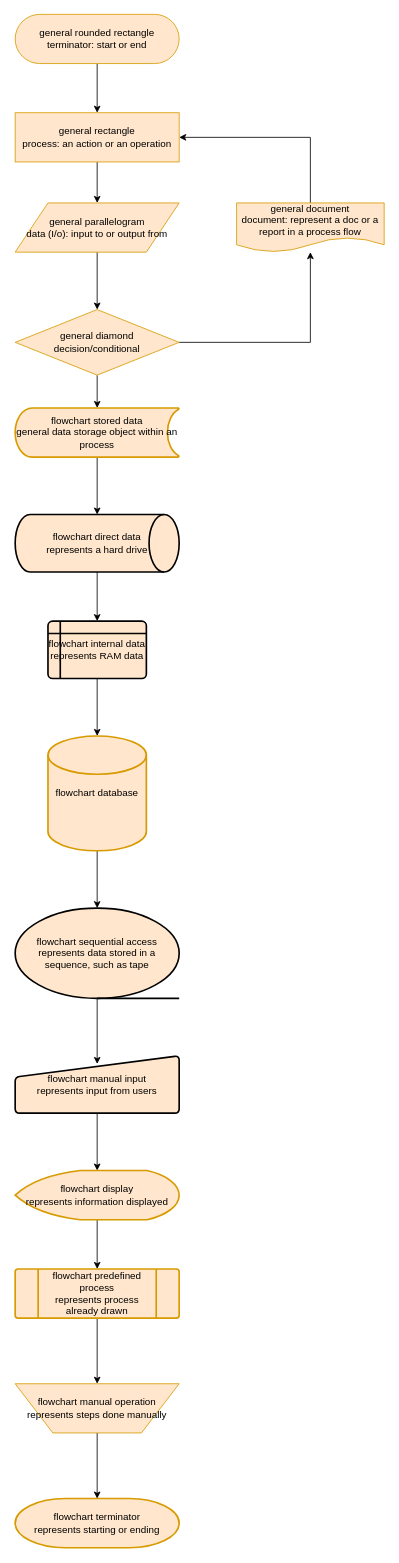
Before: page "Flowchart" (3 of 5) of editor/drawio/drawio.drawio in yangdj/tf_docs, a draw.io diagram. Source tidied: cells renumbered, new cells numbered last; positions are measured from the earlier drawing's top-left corner, leaving out a move shared by most shapes. Both pictures are drawn from the tidied source at 82%, with x=0, y=0 at pixel (15, 14).
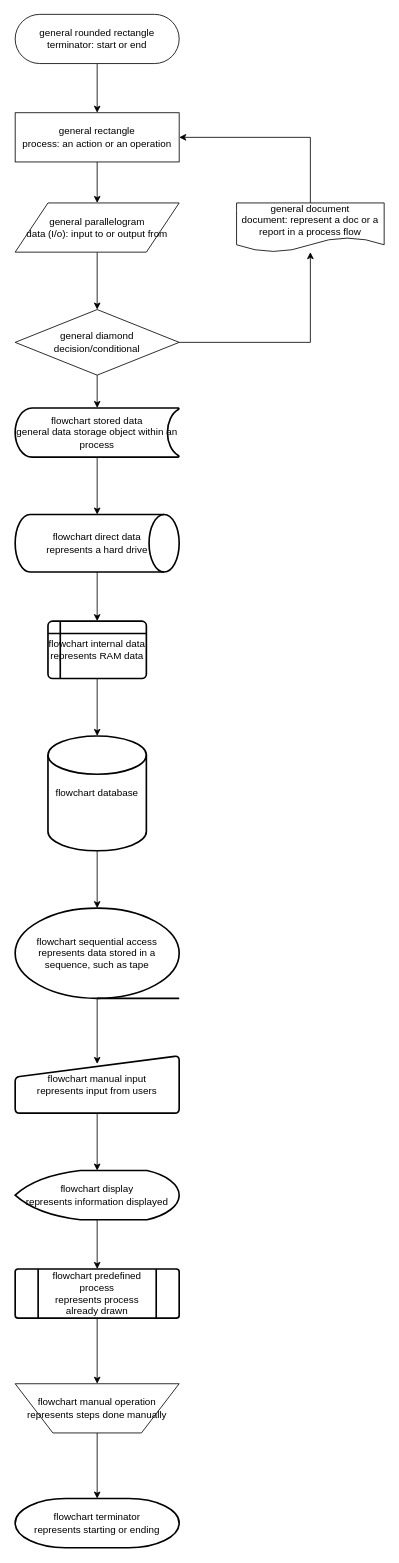
The same page after the edit.

Change to the diagram source:
```diff
@@
-    <mxCell id="2" style="edgeStyle=orthogonalEdgeStyle;rounded=0;jettySize=auto;html=1;exitX=0.5;exitY=1;exitDx=0;exitDy=0;entryX=0.5;entryY=0;entryDx=0;entryDy=0;" parent="1" edge="1" source="3" target="5">
+    <mxCell id="2" style="edgeStyle=orthogonalEdgeStyle;rounded=0;jettySize=auto;html=1;exitX=0.5;exitY=1;exitDx=0;exitDy=0;entryX=0.5;entryY=0;entryDx=0;entryDy=0;fontColor=#FFFFFF;labelBackgroundColor=none;" parent="1" edge="1" source="3" target="5">
       <mxGeometry relative="1" as="geometry" />
     </mxCell>
-    <mxCell id="3" value="general rounded rectangle&lt;br style=&quot;font-size: 12px&quot;&gt;terminator: start or end" style="rounded=1;whiteSpace=wrap;html=1;fillColor=#ffe6cc;strokeColor=#d79b00;fontSize=12;arcSize=50;" parent="1" vertex="1">
+    <mxCell id="3" value="general rounded rectangle&lt;br style=&quot;font-size: 12px&quot;&gt;terminator: start or end" style="rounded=1;whiteSpace=wrap;html=1;fontSize=12;arcSize=50;labelBackgroundColor=none;" parent="1" vertex="1">
       <mxGeometry width="200" height="60" as="geometry" />
     </mxCell>
-    <mxCell id="4" style="edgeStyle=orthogonalEdgeStyle;rounded=0;jettySize=auto;html=1;exitX=0.5;exitY=1;exitDx=0;exitDy=0;entryX=0.5;entryY=0;entryDx=0;entryDy=0;" parent="1" edge="1" source="5" target="7">
+    <mxCell id="4" style="edgeStyle=orthogonalEdgeStyle;rounded=0;jettySize=auto;html=1;exitX=0.5;exitY=1;exitDx=0;exitDy=0;entryX=0.5;entryY=0;entryDx=0;entryDy=0;fontColor=#FFFFFF;labelBackgroundColor=none;" parent="1" edge="1" source="5" target="7">
       <mxGeometry relative="1" as="geometry" />
     </mxCell>
-    <mxCell id="5" value="general rectangle&lt;br&gt;process: an action or an operation" style="rounded=0;whiteSpace=wrap;html=1;fontSize=12;fillColor=#ffe6cc;strokeColor=#d79b00;" parent="1" vertex="1">
+    <mxCell id="5" value="general rectangle&lt;br&gt;process: an action or an operation" style="rounded=0;whiteSpace=wrap;html=1;fontSize=12;labelBackgroundColor=none;" parent="1" vertex="1">
       <mxGeometry y="120" width="200" height="60" as="geometry" />
     </mxCell>
-    <mxCell id="6" style="edgeStyle=orthogonalEdgeStyle;rounded=0;jettySize=auto;html=1;exitX=0.5;exitY=1;exitDx=0;exitDy=0;entryX=0.5;entryY=0;entryDx=0;entryDy=0;" parent="1" edge="1" source="7" target="10">
+    <mxCell id="6" style="edgeStyle=orthogonalEdgeStyle;rounded=0;jettySize=auto;html=1;exitX=0.5;exitY=1;exitDx=0;exitDy=0;entryX=0.5;entryY=0;entryDx=0;entryDy=0;fontColor=#FFFFFF;labelBackgroundColor=none;" parent="1" edge="1" source="7" target="10">
       <mxGeometry relative="1" as="geometry" />
     </mxCell>
-    <mxCell id="7" value="general parallelogram&lt;br&gt;data (I/o): input to or output from" style="shape=parallelogram;perimeter=parallelogramPerimeter;whiteSpace=wrap;html=1;fontSize=12;fillColor=#ffe6cc;strokeColor=#d79b00;" parent="1" vertex="1">
+    <mxCell id="7" value="general parallelogram&lt;br&gt;data (I/o): input to or output from" style="shape=parallelogram;perimeter=parallelogramPerimeter;whiteSpace=wrap;html=1;fontSize=12;labelBackgroundColor=none;" parent="1" vertex="1">
       <mxGeometry y="230" width="200" height="60" as="geometry" />
     </mxCell>
-    <mxCell id="8" style="edgeStyle=orthogonalEdgeStyle;rounded=0;jettySize=auto;html=1;exitX=0.5;exitY=1;exitDx=0;exitDy=0;entryX=0.5;entryY=0;entryDx=0;entryDy=0;entryPerimeter=0;" parent="1" edge="1" source="10" target="14">
+    <mxCell id="8" style="edgeStyle=orthogonalEdgeStyle;rounded=0;jettySize=auto;html=1;exitX=0.5;exitY=1;exitDx=0;exitDy=0;entryX=0.5;entryY=0;entryDx=0;entryDy=0;entryPerimeter=0;fontColor=#FFFFFF;labelBackgroundColor=none;" parent="1" edge="1" source="10" target="14">
       <mxGeometry relative="1" as="geometry" />
     </mxCell>
-    <mxCell id="9" style="edgeStyle=orthogonalEdgeStyle;rounded=0;jettySize=auto;html=1;exitX=1;exitY=0.5;exitDx=0;exitDy=0;" parent="1" edge="1" source="10" target="12">
+    <mxCell id="9" style="edgeStyle=orthogonalEdgeStyle;rounded=0;jettySize=auto;html=1;exitX=1;exitY=0.5;exitDx=0;exitDy=0;fontColor=#FFFFFF;labelBackgroundColor=none;" parent="1" edge="1" source="10" target="12">
       <mxGeometry relative="1" as="geometry" />
     </mxCell>
-    <mxCell id="10" value="general diamond&lt;br&gt;decision/conditional" style="rhombus;whiteSpace=wrap;html=1;fontSize=12;fillColor=#ffe6cc;strokeColor=#d79b00;" parent="1" vertex="1">
+    <mxCell id="10" value="general diamond&lt;br&gt;decision/conditional" style="rhombus;whiteSpace=wrap;html=1;fontSize=12;labelBackgroundColor=none;" parent="1" vertex="1">
       <mxGeometry y="360" width="200" height="80" as="geometry" />
     </mxCell>
-    <mxCell id="11" style="edgeStyle=orthogonalEdgeStyle;rounded=0;jettySize=auto;html=1;exitX=0.5;exitY=0;exitDx=0;exitDy=0;entryX=1;entryY=0.5;entryDx=0;entryDy=0;" parent="1" edge="1" source="12" target="5">
+    <mxCell id="11" style="edgeStyle=orthogonalEdgeStyle;rounded=0;jettySize=auto;html=1;exitX=0.5;exitY=0;exitDx=0;exitDy=0;entryX=1;entryY=0.5;entryDx=0;entryDy=0;fontColor=#FFFFFF;labelBackgroundColor=none;" parent="1" edge="1" source="12" target="5">
       <mxGeometry relative="1" as="geometry" />
     </mxCell>
-    <mxCell id="12" value="general document&lt;br&gt;document: represent a doc or a report in a process flow" style="shape=document;whiteSpace=wrap;html=1;boundedLbl=1;fontSize=12;fillColor=#ffe6cc;strokeColor=#d79b00;" parent="1" vertex="1">
+    <mxCell id="12" value="general document&lt;br&gt;document: represent a doc or a report in a process flow" style="shape=document;whiteSpace=wrap;html=1;boundedLbl=1;fontSize=12;labelBackgroundColor=none;" parent="1" vertex="1">
       <mxGeometry x="270" y="230" width="180" height="60" as="geometry" />
     </mxCell>
-    <mxCell id="13" style="edgeStyle=orthogonalEdgeStyle;rounded=0;jettySize=auto;html=1;exitX=0.5;exitY=1;exitDx=0;exitDy=0;exitPerimeter=0;entryX=0.5;entryY=0;entryDx=0;entryDy=0;entryPerimeter=0;" parent="1" edge="1" source="14" target="17">
+    <mxCell id="13" style="edgeStyle=orthogonalEdgeStyle;rounded=0;jettySize=auto;html=1;exitX=0.5;exitY=1;exitDx=0;exitDy=0;exitPerimeter=0;entryX=0.5;entryY=0;entryDx=0;entryDy=0;entryPerimeter=0;fontColor=#FFFFFF;labelBackgroundColor=none;" parent="1" edge="1" source="14" target="17">
       <mxGeometry relative="1" as="geometry" />
     </mxCell>
-    <mxCell id="14" value="flowchart stored data&lt;br&gt;general data storage object within an process" style="strokeWidth=2;html=1;shape=mxgraph.flowchart.stored_data;whiteSpace=wrap;fontSize=12;fillColor=#ffe6cc;strokeColor=#d79b00;" parent="1" vertex="1">
+    <mxCell id="14" value="flowchart stored data&lt;br&gt;general data storage object within an process" style="strokeWidth=2;html=1;shape=mxgraph.flowchart.stored_data;whiteSpace=wrap;fontSize=12;labelBackgroundColor=none;" parent="1" vertex="1">
       <mxGeometry y="480" width="200" height="60" as="geometry" />
     </mxCell>
-    <mxCell id="15" style="edgeStyle=orthogonalEdgeStyle;rounded=0;jumpStyle=arc;orthogonalLoop=1;jettySize=auto;html=1;exitX=0.5;exitY=1;exitDx=0;exitDy=0;exitPerimeter=0;fontSize=12;fontColor=#000000;" parent="1" edge="1" source="14" target="14">
+    <mxCell id="15" style="edgeStyle=orthogonalEdgeStyle;rounded=0;jumpStyle=arc;orthogonalLoop=1;jettySize=auto;html=1;exitX=0.5;exitY=1;exitDx=0;exitDy=0;exitPerimeter=0;fontSize=12;fontColor=#FFFFFF;labelBackgroundColor=none;" parent="1" edge="1" source="14" target="14">
       <mxGeometry relative="1" as="geometry" />
     </mxCell>
-    <mxCell id="16" style="edgeStyle=orthogonalEdgeStyle;rounded=0;jettySize=auto;html=1;exitX=0.5;exitY=1;exitDx=0;exitDy=0;exitPerimeter=0;entryX=0.5;entryY=0;entryDx=0;entryDy=0;" parent="1" edge="1" source="17" target="19">
+    <mxCell id="16" style="edgeStyle=orthogonalEdgeStyle;rounded=0;jettySize=auto;html=1;exitX=0.5;exitY=1;exitDx=0;exitDy=0;exitPerimeter=0;entryX=0.5;entryY=0;entryDx=0;entryDy=0;fontColor=#FFFFFF;labelBackgroundColor=none;" parent="1" edge="1" source="17" target="19">
       <mxGeometry relative="1" as="geometry" />
     </mxCell>
-    <mxCell id="17" value="flowchart direct data&lt;br&gt;represents a hard drive" style="strokeWidth=2;html=1;shape=mxgraph.flowchart.direct_data;whiteSpace=wrap;fillColor=#ffe6cc;" parent="1" vertex="1">
+    <mxCell id="17" value="flowchart direct data&lt;br&gt;represents a hard drive" style="strokeWidth=2;html=1;shape=mxgraph.flowchart.direct_data;whiteSpace=wrap;labelBackgroundColor=none;" parent="1" vertex="1">
       <mxGeometry y="610" width="200" height="70" as="geometry" />
     </mxCell>
-    <mxCell id="18" style="edgeStyle=orthogonalEdgeStyle;rounded=0;jettySize=auto;html=1;" parent="1" edge="1" source="19" target="30">
+    <mxCell id="18" style="edgeStyle=orthogonalEdgeStyle;rounded=0;jettySize=auto;html=1;fontColor=#FFFFFF;labelBackgroundColor=none;" parent="1" edge="1" source="19" target="30">
       <mxGeometry relative="1" as="geometry" />
     </mxCell>
-    <mxCell id="19" value="flowchart internal data&lt;br&gt;represents RAM data" style="shape=internalStorage;whiteSpace=wrap;html=1;dx=15;dy=15;rounded=1;arcSize=8;strokeWidth=2;fillColor=#ffe6cc;" parent="1" vertex="1">
+    <mxCell id="19" value="flowchart internal data&lt;br&gt;represents RAM data" style="shape=internalStorage;whiteSpace=wrap;html=1;dx=15;dy=15;rounded=1;arcSize=8;strokeWidth=2;labelBackgroundColor=none;" parent="1" vertex="1">
       <mxGeometry x="40" y="740" width="120" height="70" as="geometry" />
     </mxCell>
-    <mxCell id="20" style="edgeStyle=orthogonalEdgeStyle;rounded=0;jettySize=auto;html=1;exitX=0.5;exitY=1;exitDx=0;exitDy=0;exitPerimeter=0;entryX=0.5;entryY=0.143;entryDx=0;entryDy=0;entryPerimeter=0;" parent="1" edge="1" source="21" target="23">
+    <mxCell id="20" style="edgeStyle=orthogonalEdgeStyle;rounded=0;jettySize=auto;html=1;exitX=0.5;exitY=1;exitDx=0;exitDy=0;exitPerimeter=0;entryX=0.5;entryY=0.143;entryDx=0;entryDy=0;entryPerimeter=0;fontColor=#FFFFFF;labelBackgroundColor=none;" parent="1" edge="1" source="21" target="23">
       <mxGeometry relative="1" as="geometry" />
     </mxCell>
-    <mxCell id="21" value="flowchart sequential access&lt;br&gt;represents data stored in a sequence, such as tape" style="strokeWidth=2;html=1;shape=mxgraph.flowchart.sequential_data;whiteSpace=wrap;fillColor=#ffe6cc;" parent="1" vertex="1">
+    <mxCell id="21" value="flowchart sequential access&lt;br&gt;represents data stored in a sequence, such as tape" style="strokeWidth=2;html=1;shape=mxgraph.flowchart.sequential_data;whiteSpace=wrap;labelBackgroundColor=none;" parent="1" vertex="1">
       <mxGeometry y="1090" width="200" height="110" as="geometry" />
     </mxCell>
-    <mxCell id="22" style="edgeStyle=orthogonalEdgeStyle;rounded=0;jettySize=auto;html=1;" parent="1" edge="1" source="23" target="28">
+    <mxCell id="22" style="edgeStyle=orthogonalEdgeStyle;rounded=0;jettySize=auto;html=1;fontColor=#FFFFFF;labelBackgroundColor=none;" parent="1" edge="1" source="23" target="28">
       <mxGeometry relative="1" as="geometry" />
     </mxCell>
-    <mxCell id="23" value="flowchart manual input&lt;br&gt;represents input from users" style="html=1;strokeWidth=2;shape=manualInput;whiteSpace=wrap;rounded=1;size=26;arcSize=11;fillColor=#ffe6cc;" parent="1" vertex="1">
+    <mxCell id="23" value="flowchart manual input&lt;br&gt;represents input from users" style="html=1;strokeWidth=2;shape=manualInput;whiteSpace=wrap;rounded=1;size=26;arcSize=11;labelBackgroundColor=none;" parent="1" vertex="1">
       <mxGeometry y="1270" width="200" height="70" as="geometry" />
     </mxCell>
-    <mxCell id="24" style="edgeStyle=orthogonalEdgeStyle;rounded=0;jettySize=auto;html=1;" parent="1" edge="1" source="25" target="32">
+    <mxCell id="24" style="edgeStyle=orthogonalEdgeStyle;rounded=0;jettySize=auto;html=1;fontColor=#FFFFFF;labelBackgroundColor=none;" parent="1" edge="1" source="25" target="32">
       <mxGeometry relative="1" as="geometry" />
     </mxCell>
-    <mxCell id="25" value="flowchart predefined process&lt;br&gt;represents process already drawn" style="verticalLabelPosition=middle;verticalAlign=middle;html=1;shape=process;whiteSpace=wrap;rounded=1;size=0.14;arcSize=6;strokeColor=#d79b00;strokeWidth=2;fillColor=#ffe6cc;horizontal=1;labelPosition=center;align=center;" parent="1" vertex="1">
+    <mxCell id="25" value="flowchart predefined process&lt;br&gt;represents process already drawn" style="verticalLabelPosition=middle;verticalAlign=middle;html=1;shape=process;whiteSpace=wrap;rounded=1;size=0.14;arcSize=6;strokeWidth=2;horizontal=1;labelPosition=center;align=center;labelBackgroundColor=none;" parent="1" vertex="1">
       <mxGeometry y="1530" width="200" height="60" as="geometry" />
     </mxCell>
-    <mxCell id="26" value="flowchart terminator&lt;br&gt;represents starting or ending" style="strokeWidth=2;html=1;shape=mxgraph.flowchart.terminator;whiteSpace=wrap;fillColor=#ffe6cc;strokeColor=#d79b00;" parent="1" vertex="1">
+    <mxCell id="26" value="flowchart terminator&lt;br&gt;represents starting or ending" style="strokeWidth=2;html=1;shape=mxgraph.flowchart.terminator;whiteSpace=wrap;labelBackgroundColor=none;" parent="1" vertex="1">
       <mxGeometry y="1810" width="200" height="60" as="geometry" />
     </mxCell>
-    <mxCell id="27" style="edgeStyle=orthogonalEdgeStyle;rounded=0;jettySize=auto;html=1;" parent="1" edge="1" source="28" target="25">
+    <mxCell id="27" style="edgeStyle=orthogonalEdgeStyle;rounded=0;jettySize=auto;html=1;fontColor=#FFFFFF;labelBackgroundColor=none;" parent="1" edge="1" source="28" target="25">
       <mxGeometry relative="1" as="geometry" />
     </mxCell>
-    <mxCell id="28" value="flowchart display&lt;br&gt;represents information displayed" style="strokeWidth=2;html=1;shape=mxgraph.flowchart.display;whiteSpace=wrap;rounded=0;shadow=0;glass=0;comic=0;fillColor=#ffe6cc;strokeColor=#d79b00;" parent="1" vertex="1">
+    <mxCell id="28" value="flowchart display&lt;br&gt;represents information displayed" style="strokeWidth=2;html=1;shape=mxgraph.flowchart.display;whiteSpace=wrap;rounded=0;shadow=0;glass=0;comic=0;labelBackgroundColor=none;" parent="1" vertex="1">
       <mxGeometry y="1410" width="200" height="60" as="geometry" />
     </mxCell>
-    <mxCell id="29" style="edgeStyle=orthogonalEdgeStyle;rounded=0;jettySize=auto;html=1;" parent="1" edge="1" source="30" target="21">
+    <mxCell id="29" style="edgeStyle=orthogonalEdgeStyle;rounded=0;jettySize=auto;html=1;fontColor=#FFFFFF;labelBackgroundColor=none;" parent="1" edge="1" source="30" target="21">
       <mxGeometry relative="1" as="geometry" />
     </mxCell>
-    <mxCell id="30" value="flowchart database" style="strokeWidth=2;html=1;shape=mxgraph.flowchart.database;whiteSpace=wrap;rounded=0;shadow=0;glass=0;comic=0;fillColor=#ffe6cc;strokeColor=#d79b00;" parent="1" vertex="1">
+    <mxCell id="30" value="flowchart database" style="strokeWidth=2;html=1;shape=mxgraph.flowchart.database;whiteSpace=wrap;rounded=0;shadow=0;glass=0;comic=0;labelBackgroundColor=none;" parent="1" vertex="1">
       <mxGeometry x="40" y="880" width="120" height="140" as="geometry" />
     </mxCell>
-    <mxCell id="31" style="edgeStyle=orthogonalEdgeStyle;rounded=0;jettySize=auto;html=1;" parent="1" edge="1" source="32" target="26">
+    <mxCell id="31" style="edgeStyle=orthogonalEdgeStyle;rounded=0;jettySize=auto;html=1;fontColor=#FFFFFF;labelBackgroundColor=none;" parent="1" edge="1" source="32" target="26">
       <mxGeometry relative="1" as="geometry" />
     </mxCell>
-    <mxCell id="32" value="flowchart manual operation&lt;br&gt;represents steps done manually" style="verticalLabelPosition=middle;verticalAlign=middle;html=1;shape=trapezoid;perimeter=trapezoidPerimeter;whiteSpace=wrap;size=0.23;arcSize=10;flipV=1;rounded=0;shadow=0;glass=0;comic=0;strokeColor=#d79b00;fillColor=#ffe6cc;labelPosition=center;align=center;" parent="1" vertex="1">
+    <mxCell id="32" value="flowchart manual operation&lt;br&gt;represents steps done manually" style="verticalLabelPosition=middle;verticalAlign=middle;html=1;shape=trapezoid;perimeter=trapezoidPerimeter;whiteSpace=wrap;size=0.23;arcSize=10;flipV=1;rounded=0;shadow=0;glass=0;comic=0;labelPosition=center;align=center;labelBackgroundColor=none;" parent="1" vertex="1">
       <mxGeometry y="1670" width="200" height="60" as="geometry" />
     </mxCell>
```
